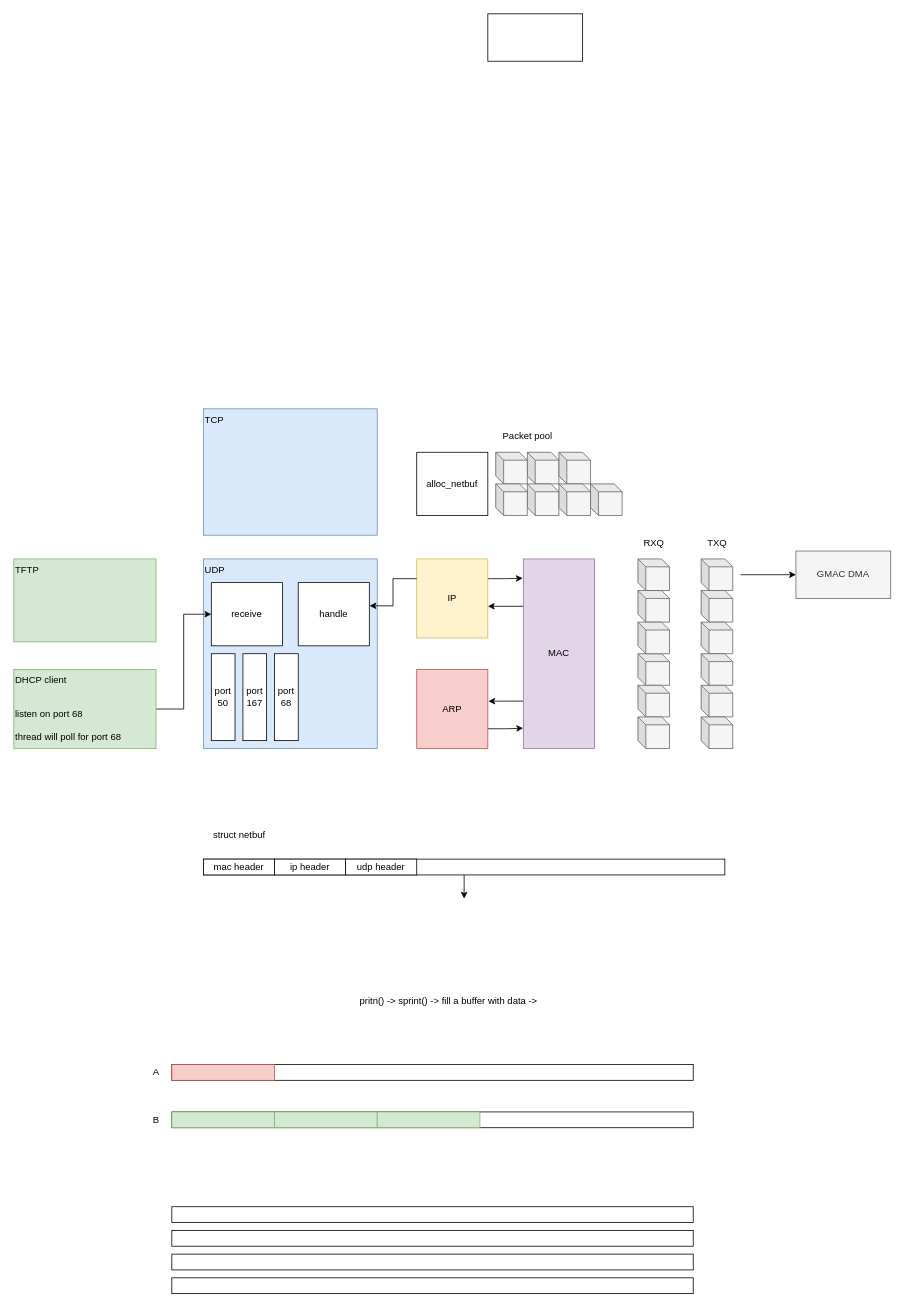
The draw.io diagram doc/diagrams/net.drawio.xml in strawberryhacker/operating-system-cortex-a5, before the edit. Source tidied: cells renumbered, new cells numbered last; positions are measured from the earlier drawing's top-left corner, leaving out a move shared by most shapes. Both pictures are drawn from the tidied source at 79%, with x=0, y=0 at pixel (13, 13).
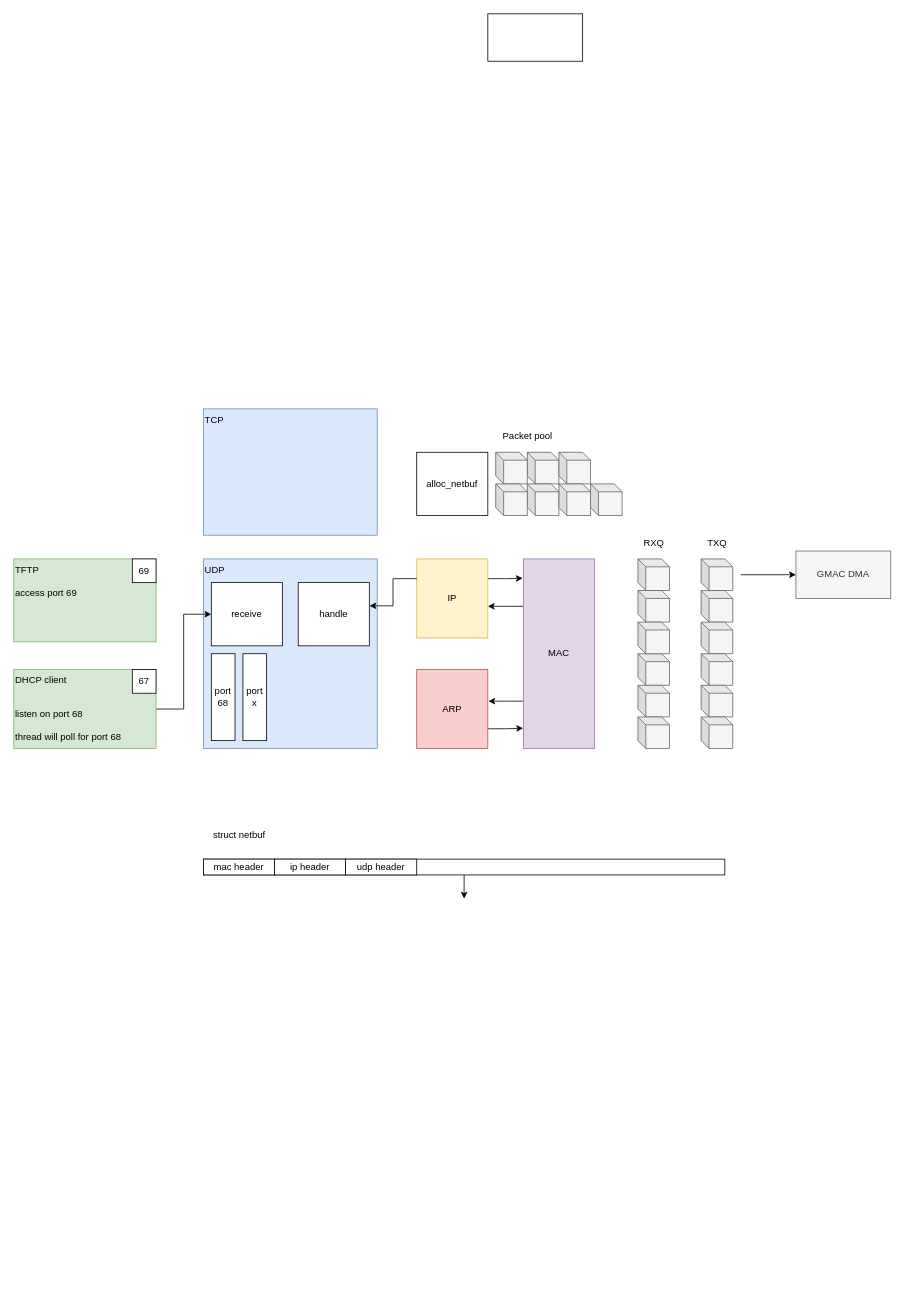
The same diagram, later.

Commit message (it also covers changes not shown here):
Added TFTP driver

Change to the diagram source:
```diff
@@
-    <mxCell id="17" value="TFTP" style="rounded=0;whiteSpace=wrap;html=1;align=left;verticalAlign=top;fillColor=#d5e8d4;strokeColor=#82b366;" parent="1" vertex="1">
+    <mxCell id="17" value="TFTP&lt;br&gt;&lt;br&gt;access port 69" style="rounded=0;whiteSpace=wrap;html=1;align=left;verticalAlign=top;fillColor=#d5e8d4;strokeColor=#82b366;" parent="1" vertex="1">
       <mxGeometry y="690" width="180" height="105" as="geometry" />
     </mxCell>
@@
-    <mxCell id="33" value="port 50" style="rounded=0;whiteSpace=wrap;html=1;align=center;verticalAlign=middle;" parent="1" vertex="1">
-      <mxGeometry x="250" y="810" width="30" height="110" as="geometry" />
-    </mxCell>
@@
-    <mxCell id="35" value="port 167" style="rounded=0;whiteSpace=wrap;html=1;align=center;verticalAlign=middle;" parent="1" vertex="1">
-      <mxGeometry x="290" y="810" width="30" height="110" as="geometry" />
-    </mxCell>
@@
     <mxCell id="45" value="port 68" style="rounded=0;whiteSpace=wrap;html=1;align=center;verticalAlign=middle;" parent="1" vertex="1">
-      <mxGeometry x="330" y="810" width="30" height="110" as="geometry" />
+      <mxGeometry x="250" y="810" width="30" height="110" as="geometry" />
     </mxCell>
@@
-    <mxCell id="52" style="rounded=0;whiteSpace=wrap;html=1;align=center;verticalAlign=middle;" parent="1" vertex="1">
-      <mxGeometry x="200" y="1330" width="660" height="20" as="geometry" />
-    </mxCell>
-    <mxCell id="53" style="rounded=0;whiteSpace=wrap;html=1;align=center;verticalAlign=middle;" parent="1" vertex="1">
-      <mxGeometry x="200" y="1390" width="660" height="20" as="geometry" />
-    </mxCell>
-    <mxCell id="54" value="A" style="text;html=1;align=center;verticalAlign=middle;" parent="1" vertex="1">
-      <mxGeometry x="170" y="1330" width="20" height="20" as="geometry" />
-    </mxCell>
-    <mxCell id="55" value="B" style="text;html=1;align=center;verticalAlign=middle;" parent="1" vertex="1">
-      <mxGeometry x="170" y="1390" width="20" height="20" as="geometry" />
-    </mxCell>
-    <mxCell id="56" value="pritn() -&amp;gt; sprint() -&amp;gt; fill a buffer with data -&amp;gt;" style="text;html=1;align=center;verticalAlign=middle;" parent="1" vertex="1">
-      <mxGeometry x="410" y="1240" width="280" height="20" as="geometry" />
-    </mxCell>
-    <mxCell id="57" style="rounded=0;whiteSpace=wrap;html=1;align=center;verticalAlign=middle;fillColor=#d5e8d4;strokeColor=#82b366;" parent="1" vertex="1">
-      <mxGeometry x="200" y="1390" width="130" height="20" as="geometry" />
-    </mxCell>
-    <mxCell id="58" style="rounded=0;whiteSpace=wrap;html=1;align=center;verticalAlign=middle;fillColor=#d5e8d4;strokeColor=#82b366;" parent="1" vertex="1">
-      <mxGeometry x="330" y="1390" width="130" height="20" as="geometry" />
-    </mxCell>
-    <mxCell id="59" style="rounded=0;whiteSpace=wrap;html=1;align=center;verticalAlign=middle;fillColor=#d5e8d4;strokeColor=#82b366;" parent="1" vertex="1">
-      <mxGeometry x="460" y="1390" width="130" height="20" as="geometry" />
-    </mxCell>
-    <mxCell id="60" style="rounded=0;whiteSpace=wrap;html=1;align=center;verticalAlign=middle;fillColor=#f8cecc;strokeColor=#b85450;" parent="1" vertex="1">
-      <mxGeometry x="200" y="1330" width="130" height="20" as="geometry" />
-    </mxCell>
-    <mxCell id="61" style="rounded=0;whiteSpace=wrap;html=1;align=center;verticalAlign=middle;" parent="1" vertex="1">
-      <mxGeometry x="200" y="1510" width="660" height="20" as="geometry" />
-    </mxCell>
-    <mxCell id="62" style="rounded=0;whiteSpace=wrap;html=1;align=center;verticalAlign=middle;" parent="1" vertex="1">
-      <mxGeometry x="200" y="1540" width="660" height="20" as="geometry" />
-    </mxCell>
-    <mxCell id="63" style="rounded=0;whiteSpace=wrap;html=1;align=center;verticalAlign=middle;" parent="1" vertex="1">
-      <mxGeometry x="200" y="1570" width="660" height="20" as="geometry" />
-    </mxCell>
-    <mxCell id="64" style="rounded=0;whiteSpace=wrap;html=1;align=center;verticalAlign=middle;" parent="1" vertex="1">
-      <mxGeometry x="200" y="1600" width="660" height="20" as="geometry" />
-    </mxCell>
+    <mxCell id="65" value="port x" style="rounded=0;whiteSpace=wrap;html=1;align=center;verticalAlign=middle;" parent="1" vertex="1">
+      <mxGeometry x="290" y="810" width="30" height="110" as="geometry" />
+    </mxCell>
+    <mxCell id="66" value="67" style="rounded=0;whiteSpace=wrap;html=1;align=center;verticalAlign=middle;" parent="1" vertex="1">
+      <mxGeometry x="150" y="830" width="30" height="30" as="geometry" />
+    </mxCell>
+    <mxCell id="67" value="69" style="rounded=0;whiteSpace=wrap;html=1;align=center;verticalAlign=middle;" parent="1" vertex="1">
+      <mxGeometry x="150" y="690" width="30" height="30" as="geometry" />
+    </mxCell>
```
